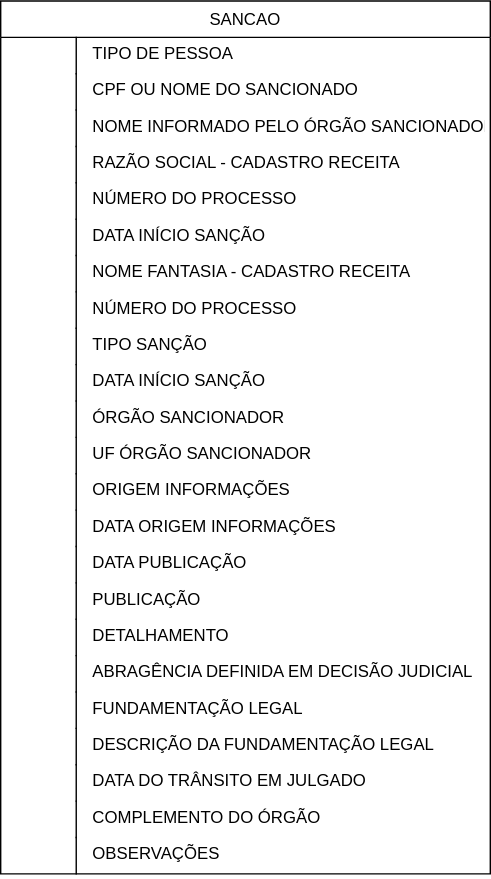
Before: Arquivos/Camada Fontes/CEIS/Diagrama/DIAGRAMA_ATUAL.svg, a diagram exported from draw.io (semantic-cnpj/Semantic-CNPJ). Source tidied: cells renumbered, new cells last; positions are measured from the earlier drawing's top-left corner, leaving out a move shared by most shapes. Source of this version:
```xml
<mxGraphModel>
  <root>
    <mxCell id="0" />
    <mxCell id="1" parent="0" />
    <mxCell id="2" value="SANCAO" style="swimlane;fontStyle=0;horizontal=1;startSize=26;" parent="1" vertex="1">
      <mxGeometry width="350" height="624" as="geometry" />
    </mxCell>
    <mxCell id="3" value="TIPO DE PESSOA" style="shape=partialRectangle;top=0;left=0;right=0;bottom=0;align=left;verticalAlign=top;spacingTop=-2;fillColor=none;spacingLeft=64;spacingRight=4;overflow=hidden;" parent="2" vertex="1">
      <mxGeometry y="26" width="350" height="26" as="geometry" />
    </mxCell>
    <mxCell id="4" style="shape=partialRectangle;top=0;left=0;bottom=0;fillColor=none;align=center;verticalAlign=middle;spacingLeft=4;spacingRight=4;overflow=hidden;fontStyle=1;" parent="3" vertex="1">
      <mxGeometry width="54" height="26" as="geometry" />
    </mxCell>
    <mxCell id="5" value="CPF OU NOME DO SANCIONADO" style="shape=partialRectangle;top=0;left=0;right=0;bottom=0;align=left;verticalAlign=top;spacingTop=-2;fillColor=none;spacingLeft=64;spacingRight=4;overflow=hidden;" parent="2" vertex="1">
      <mxGeometry y="52" width="350" height="26" as="geometry" />
    </mxCell>
    <mxCell id="6" style="shape=partialRectangle;top=0;left=0;bottom=0;fillColor=none;align=center;verticalAlign=middle;spacingLeft=4;spacingRight=4;overflow=hidden;fontStyle=1;" parent="5" vertex="1">
      <mxGeometry width="54" height="26" as="geometry" />
    </mxCell>
    <mxCell id="7" value="NOME INFORMADO PELO ÓRGÃO SANCIONADOR&#10;" style="shape=partialRectangle;top=0;left=0;right=0;bottom=0;align=left;verticalAlign=top;spacingTop=-2;fillColor=none;spacingLeft=64;spacingRight=4;overflow=hidden;" parent="2" vertex="1">
      <mxGeometry y="78" width="350" height="26" as="geometry" />
    </mxCell>
    <mxCell id="8" style="shape=partialRectangle;top=0;left=0;bottom=0;fillColor=none;align=center;verticalAlign=middle;spacingLeft=4;spacingRight=4;overflow=hidden;fontStyle=1;" parent="7" vertex="1">
      <mxGeometry width="54" height="26" as="geometry" />
    </mxCell>
    <mxCell id="9" value="RAZÃO SOCIAL - CADASTRO RECEITA" style="shape=partialRectangle;top=0;left=0;right=0;bottom=0;align=left;verticalAlign=top;spacingTop=-2;fillColor=none;spacingLeft=64;spacingRight=4;overflow=hidden;" parent="2" vertex="1">
      <mxGeometry y="104" width="350" height="26" as="geometry" />
    </mxCell>
    <mxCell id="10" style="shape=partialRectangle;top=0;left=0;bottom=0;fillColor=none;align=center;verticalAlign=middle;spacingLeft=4;spacingRight=4;overflow=hidden;fontStyle=1;" parent="9" vertex="1">
      <mxGeometry width="54" height="26" as="geometry" />
    </mxCell>
    <mxCell id="11" value="NÚMERO DO PROCESSO" style="shape=partialRectangle;top=0;left=0;right=0;bottom=0;align=left;verticalAlign=top;spacingTop=-2;fillColor=none;spacingLeft=64;spacingRight=4;overflow=hidden;" parent="2" vertex="1">
      <mxGeometry y="130" width="350" height="26" as="geometry" />
    </mxCell>
    <mxCell id="12" style="shape=partialRectangle;top=0;left=0;bottom=0;fillColor=none;align=center;verticalAlign=middle;spacingLeft=4;spacingRight=4;overflow=hidden;fontStyle=1;" parent="11" vertex="1">
      <mxGeometry width="54" height="26" as="geometry" />
    </mxCell>
    <mxCell id="13" value="DATA INÍCIO SANÇÃO" style="shape=partialRectangle;top=0;left=0;right=0;bottom=0;align=left;verticalAlign=top;spacingTop=-2;fillColor=none;spacingLeft=64;spacingRight=4;overflow=hidden;" parent="2" vertex="1">
      <mxGeometry y="156" width="350" height="26" as="geometry" />
    </mxCell>
    <mxCell id="14" style="shape=partialRectangle;top=0;left=0;bottom=0;fillColor=none;align=center;verticalAlign=middle;spacingLeft=4;spacingRight=4;overflow=hidden;fontStyle=1;" parent="13" vertex="1">
      <mxGeometry width="54" height="26" as="geometry" />
    </mxCell>
    <mxCell id="15" value="NOME FANTASIA - CADASTRO RECEITA" style="shape=partialRectangle;top=0;left=0;right=0;bottom=0;align=left;verticalAlign=top;spacingTop=-2;fillColor=none;spacingLeft=64;spacingRight=4;overflow=hidden;" parent="2" vertex="1">
      <mxGeometry y="182" width="350" height="26" as="geometry" />
    </mxCell>
    <mxCell id="16" style="shape=partialRectangle;top=0;left=0;bottom=0;fillColor=none;align=center;verticalAlign=middle;spacingLeft=4;spacingRight=4;overflow=hidden;fontStyle=1;" parent="15" vertex="1">
      <mxGeometry width="54" height="26" as="geometry" />
    </mxCell>
    <mxCell id="17" value="NÚMERO DO PROCESSO" style="shape=partialRectangle;top=0;left=0;right=0;bottom=0;align=left;verticalAlign=top;spacingTop=-2;fillColor=none;spacingLeft=64;spacingRight=4;overflow=hidden;" parent="2" vertex="1">
      <mxGeometry y="208" width="350" height="26" as="geometry" />
    </mxCell>
    <mxCell id="18" style="shape=partialRectangle;top=0;left=0;bottom=0;fillColor=none;align=center;verticalAlign=middle;spacingLeft=4;spacingRight=4;overflow=hidden;fontStyle=1;" parent="17" vertex="1">
      <mxGeometry width="54" height="26" as="geometry" />
    </mxCell>
    <mxCell id="19" value="TIPO SANÇÃO" style="shape=partialRectangle;top=0;left=0;right=0;bottom=0;align=left;verticalAlign=top;spacingTop=-2;fillColor=none;spacingLeft=64;spacingRight=4;overflow=hidden;" parent="2" vertex="1">
      <mxGeometry y="234" width="350" height="26" as="geometry" />
    </mxCell>
    <mxCell id="20" style="shape=partialRectangle;top=0;left=0;bottom=0;fillColor=none;align=center;verticalAlign=middle;spacingLeft=4;spacingRight=4;overflow=hidden;fontStyle=1;" parent="19" vertex="1">
      <mxGeometry width="54" height="26" as="geometry" />
    </mxCell>
    <mxCell id="21" value="DATA INÍCIO SANÇÃO" style="shape=partialRectangle;top=0;left=0;right=0;bottom=0;align=left;verticalAlign=top;spacingTop=-2;fillColor=none;spacingLeft=64;spacingRight=4;overflow=hidden;" parent="2" vertex="1">
      <mxGeometry y="260" width="350" height="26" as="geometry" />
    </mxCell>
    <mxCell id="22" style="shape=partialRectangle;top=0;left=0;bottom=0;fillColor=none;align=center;verticalAlign=middle;spacingLeft=4;spacingRight=4;overflow=hidden;fontStyle=1;" parent="21" vertex="1">
      <mxGeometry width="54" height="26" as="geometry" />
    </mxCell>
    <mxCell id="23" value="ÓRGÃO SANCIONADOR" style="shape=partialRectangle;top=0;left=0;right=0;bottom=0;align=left;verticalAlign=top;spacingTop=-2;fillColor=none;spacingLeft=64;spacingRight=4;overflow=hidden;" parent="2" vertex="1">
      <mxGeometry y="286" width="350" height="26" as="geometry" />
    </mxCell>
    <mxCell id="24" style="shape=partialRectangle;top=0;left=0;bottom=0;fillColor=none;align=center;verticalAlign=middle;spacingLeft=4;spacingRight=4;overflow=hidden;fontStyle=1;" parent="23" vertex="1">
      <mxGeometry width="54" height="26" as="geometry" />
    </mxCell>
    <mxCell id="25" value="UF ÓRGÃO SANCIONADOR" style="shape=partialRectangle;top=0;left=0;right=0;bottom=0;align=left;verticalAlign=top;spacingTop=-2;fillColor=none;spacingLeft=64;spacingRight=4;overflow=hidden;" parent="2" vertex="1">
      <mxGeometry y="312" width="350" height="26" as="geometry" />
    </mxCell>
    <mxCell id="26" style="shape=partialRectangle;top=0;left=0;bottom=0;fillColor=none;align=center;verticalAlign=middle;spacingLeft=4;spacingRight=4;overflow=hidden;fontStyle=1;" parent="25" vertex="1">
      <mxGeometry width="54" height="26" as="geometry" />
    </mxCell>
    <mxCell id="27" value="ORIGEM INFORMAÇÕES" style="shape=partialRectangle;top=0;left=0;right=0;bottom=0;align=left;verticalAlign=top;spacingTop=-2;fillColor=none;spacingLeft=64;spacingRight=4;overflow=hidden;" parent="2" vertex="1">
      <mxGeometry y="338" width="350" height="26" as="geometry" />
    </mxCell>
    <mxCell id="28" style="shape=partialRectangle;top=0;left=0;bottom=0;fillColor=none;align=center;verticalAlign=middle;spacingLeft=4;spacingRight=4;overflow=hidden;fontStyle=1;" parent="27" vertex="1">
      <mxGeometry width="54" height="26" as="geometry" />
    </mxCell>
    <mxCell id="29" value="DATA ORIGEM INFORMAÇÕES" style="shape=partialRectangle;top=0;left=0;right=0;bottom=0;align=left;verticalAlign=top;spacingTop=-2;fillColor=none;spacingLeft=64;spacingRight=4;overflow=hidden;" parent="2" vertex="1">
      <mxGeometry y="364" width="350" height="26" as="geometry" />
    </mxCell>
    <mxCell id="30" style="shape=partialRectangle;top=0;left=0;bottom=0;fillColor=none;align=center;verticalAlign=middle;spacingLeft=4;spacingRight=4;overflow=hidden;fontStyle=1;" parent="29" vertex="1">
      <mxGeometry width="54" height="26" as="geometry" />
    </mxCell>
    <mxCell id="31" value="DATA PUBLICAÇÃO" style="shape=partialRectangle;top=0;left=0;right=0;bottom=0;align=left;verticalAlign=top;spacingTop=-2;fillColor=none;spacingLeft=64;spacingRight=4;overflow=hidden;" parent="2" vertex="1">
      <mxGeometry y="390" width="350" height="26" as="geometry" />
    </mxCell>
    <mxCell id="32" style="shape=partialRectangle;top=0;left=0;bottom=0;fillColor=none;align=center;verticalAlign=middle;spacingLeft=4;spacingRight=4;overflow=hidden;fontStyle=1;" parent="31" vertex="1">
      <mxGeometry width="54" height="26" as="geometry" />
    </mxCell>
    <mxCell id="33" value="PUBLICAÇÃO" style="shape=partialRectangle;top=0;left=0;right=0;bottom=0;align=left;verticalAlign=top;spacingTop=-2;fillColor=none;spacingLeft=64;spacingRight=4;overflow=hidden;" parent="2" vertex="1">
      <mxGeometry y="416" width="350" height="26" as="geometry" />
    </mxCell>
    <mxCell id="34" style="shape=partialRectangle;top=0;left=0;bottom=0;fillColor=none;align=center;verticalAlign=middle;spacingLeft=4;spacingRight=4;overflow=hidden;fontStyle=1;" parent="33" vertex="1">
      <mxGeometry width="54" height="26" as="geometry" />
    </mxCell>
    <mxCell id="35" value="DETALHAMENTO" style="shape=partialRectangle;top=0;left=0;right=0;bottom=0;align=left;verticalAlign=top;spacingTop=-2;fillColor=none;spacingLeft=64;spacingRight=4;overflow=hidden;" parent="2" vertex="1">
      <mxGeometry y="442" width="350" height="26" as="geometry" />
    </mxCell>
    <mxCell id="36" style="shape=partialRectangle;top=0;left=0;bottom=0;fillColor=none;align=center;verticalAlign=middle;spacingLeft=4;spacingRight=4;overflow=hidden;fontStyle=1;" parent="35" vertex="1">
      <mxGeometry width="54" height="26" as="geometry" />
    </mxCell>
    <mxCell id="37" value="ABRAGÊNCIA DEFINIDA EM DECISÃO JUDICIAL" style="shape=partialRectangle;top=0;left=0;right=0;bottom=0;align=left;verticalAlign=top;spacingTop=-2;fillColor=none;spacingLeft=64;spacingRight=4;overflow=hidden;" parent="2" vertex="1">
      <mxGeometry y="468" width="350" height="26" as="geometry" />
    </mxCell>
    <mxCell id="38" style="shape=partialRectangle;top=0;left=0;bottom=0;fillColor=none;align=center;verticalAlign=middle;spacingLeft=4;spacingRight=4;overflow=hidden;fontStyle=1;" parent="37" vertex="1">
      <mxGeometry width="54" height="26" as="geometry" />
    </mxCell>
    <mxCell id="39" value="FUNDAMENTAÇÃO LEGAL" style="shape=partialRectangle;top=0;left=0;right=0;bottom=0;align=left;verticalAlign=top;spacingTop=-2;fillColor=none;spacingLeft=64;spacingRight=4;overflow=hidden;" parent="2" vertex="1">
      <mxGeometry y="494" width="350" height="26" as="geometry" />
    </mxCell>
    <mxCell id="40" style="shape=partialRectangle;top=0;left=0;bottom=0;fillColor=none;align=center;verticalAlign=middle;spacingLeft=4;spacingRight=4;overflow=hidden;fontStyle=1;" parent="39" vertex="1">
      <mxGeometry width="54" height="26" as="geometry" />
    </mxCell>
    <mxCell id="41" value="DESCRIÇÃO DA FUNDAMENTAÇÃO LEGAL" style="shape=partialRectangle;top=0;left=0;right=0;bottom=0;align=left;verticalAlign=top;spacingTop=-2;fillColor=none;spacingLeft=64;spacingRight=4;overflow=hidden;" parent="2" vertex="1">
      <mxGeometry y="520" width="350" height="26" as="geometry" />
    </mxCell>
    <mxCell id="42" style="shape=partialRectangle;top=0;left=0;bottom=0;fillColor=none;align=center;verticalAlign=middle;spacingLeft=4;spacingRight=4;overflow=hidden;fontStyle=1;" parent="41" vertex="1">
      <mxGeometry width="54" height="26" as="geometry" />
    </mxCell>
    <mxCell id="43" value="DATA DO TRÂNSITO EM JULGADO" style="shape=partialRectangle;top=0;left=0;right=0;bottom=0;align=left;verticalAlign=top;spacingTop=-2;fillColor=none;spacingLeft=64;spacingRight=4;overflow=hidden;" parent="2" vertex="1">
      <mxGeometry y="546" width="350" height="26" as="geometry" />
    </mxCell>
    <mxCell id="44" style="shape=partialRectangle;top=0;left=0;bottom=0;fillColor=none;align=center;verticalAlign=middle;spacingLeft=4;spacingRight=4;overflow=hidden;fontStyle=1;" parent="43" vertex="1">
      <mxGeometry width="54" height="26" as="geometry" />
    </mxCell>
    <mxCell id="45" value="COMPLEMENTO DO ÓRGÃO" style="shape=partialRectangle;top=0;left=0;right=0;bottom=0;align=left;verticalAlign=top;spacingTop=-2;fillColor=none;spacingLeft=64;spacingRight=4;overflow=hidden;" parent="2" vertex="1">
      <mxGeometry y="572" width="350" height="26" as="geometry" />
    </mxCell>
    <mxCell id="46" style="shape=partialRectangle;top=0;left=0;bottom=0;fillColor=none;align=center;verticalAlign=middle;spacingLeft=4;spacingRight=4;overflow=hidden;fontStyle=1;" parent="45" vertex="1">
      <mxGeometry width="54" height="26" as="geometry" />
    </mxCell>
    <mxCell id="47" value="OBSERVAÇÕES" style="shape=partialRectangle;top=0;left=0;right=0;bottom=0;align=left;verticalAlign=top;spacingTop=-2;fillColor=none;spacingLeft=64;spacingRight=4;overflow=hidden;" parent="2" vertex="1">
      <mxGeometry y="598" width="350" height="26" as="geometry" />
    </mxCell>
    <mxCell id="48" style="shape=partialRectangle;top=0;left=0;bottom=0;fillColor=none;align=center;verticalAlign=middle;spacingLeft=4;spacingRight=4;overflow=hidden;fontStyle=1;" parent="47" vertex="1">
      <mxGeometry width="54" height="26" as="geometry" />
    </mxCell>
  </root>
</mxGraphModel>
```
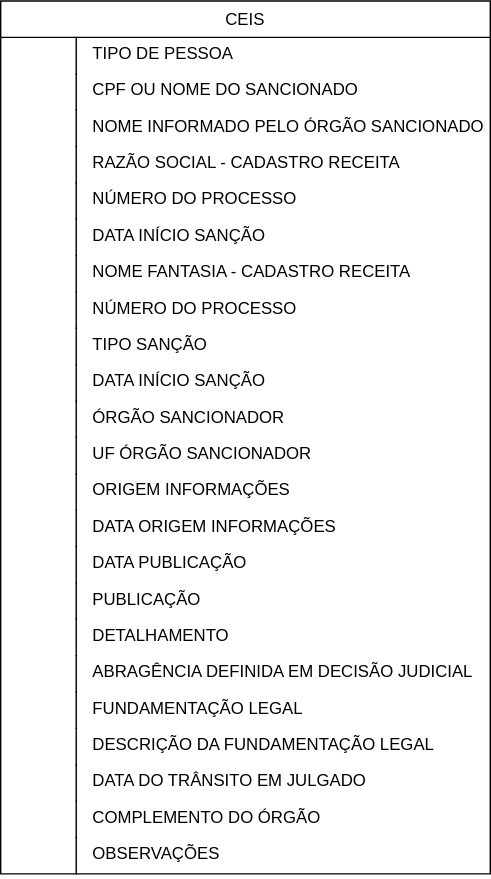
The same diagram one commit later.

Change to the diagram source:
```diff
@@ -2,7 +2,7 @@
   <root>
     <mxCell id="0" />
     <mxCell id="1" parent="0" />
-    <mxCell id="2" value="SANCAO" style="swimlane;fontStyle=0;horizontal=1;startSize=26;" parent="1" vertex="1">
+    <mxCell id="2" value="CEIS" style="swimlane;fontStyle=0;horizontal=1;startSize=26;" parent="1" vertex="1">
       <mxGeometry width="350" height="624" as="geometry" />
     </mxCell>
     <mxCell id="3" value="TIPO DE PESSOA" style="shape=partialRectangle;top=0;left=0;right=0;bottom=0;align=left;verticalAlign=top;spacingTop=-2;fillColor=none;spacingLeft=64;spacingRight=4;overflow=hidden;" parent="2" vertex="1">
```
